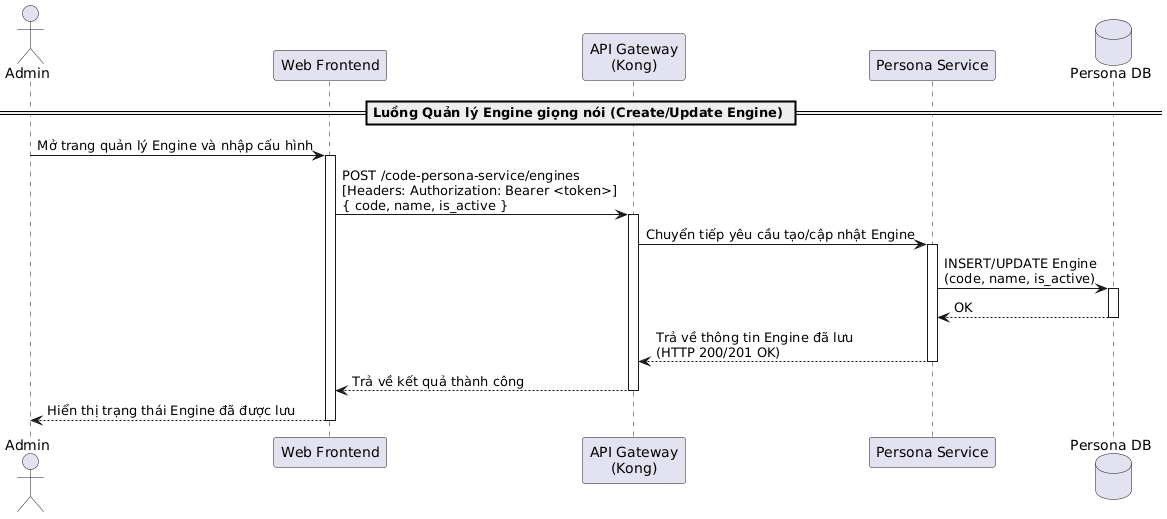
This is latex/contents/Sequence/UML-Sequence-28.png from 20206205Tech/docs-latex, a PlantUML export, as it was before one commit.
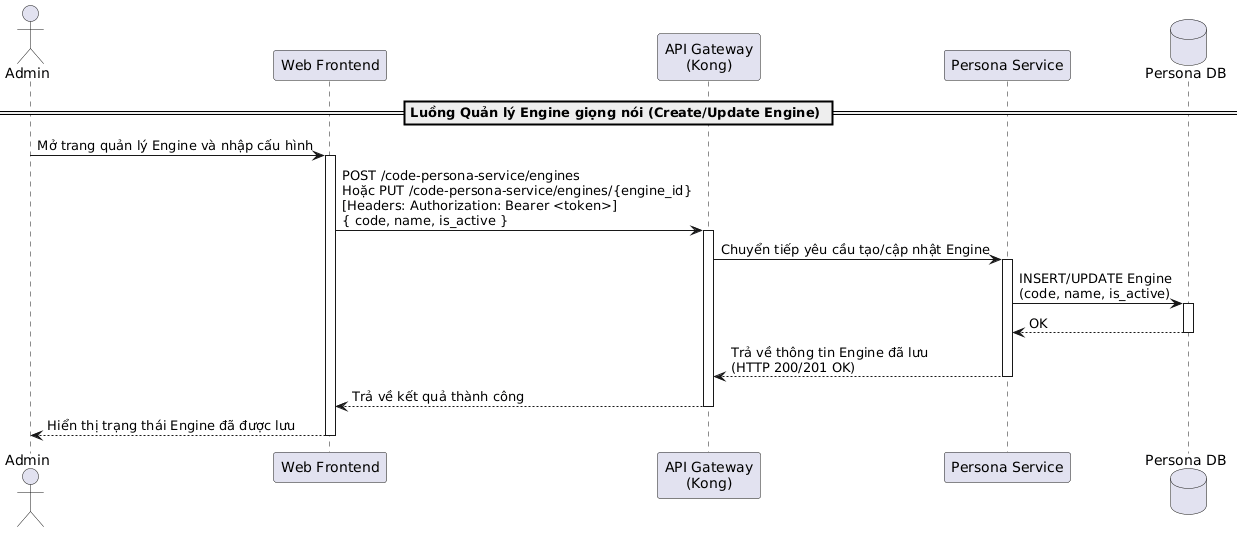
After the change.

Diff of the diagram source:
```diff
@@ -9,7 +9,7 @@
 Admin -> Frontend: Mở trang quản lý Engine và nhập cấu hình
 activate Frontend
 
-Frontend -> Kong: POST /code-persona-service/engines\n[Headers: Authorization: Bearer <token>]\n{ code, name, is_active }
+Frontend -> Kong: POST /code-persona-service/engines\nHoặc PUT /code-persona-service/engines/{engine_id}\n[Headers: Authorization: Bearer <token>]\n{ code, name, is_active }
 activate Kong
 Kong -> PersonaService: Chuyển tiếp yêu cầu tạo/cập nhật Engine
 activate PersonaService
```
